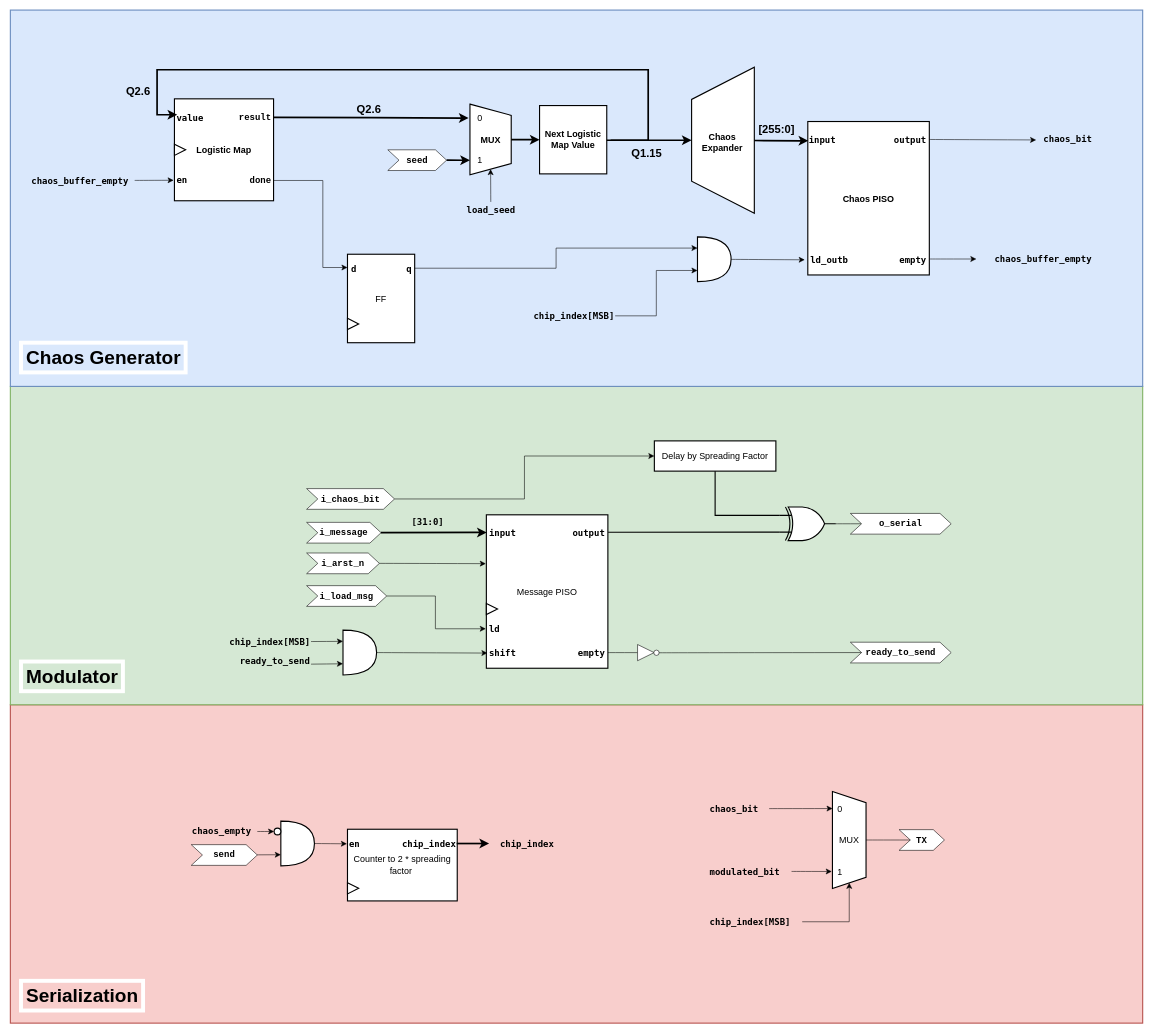
The draw.io diagram page "Modulator" (1 of 3) of diagrams/Top Level/modem_V2.drawio in OmarAmer01/DCSK, before the edit. Source tidied: cells renumbered, new cells numbered last; positions are measured from the earlier drawing's top-left corner, leaving out a move shared by most shapes. Both pictures are drawn from the tidied source at 56%, with x=0, y=0 at pixel (10, 10).
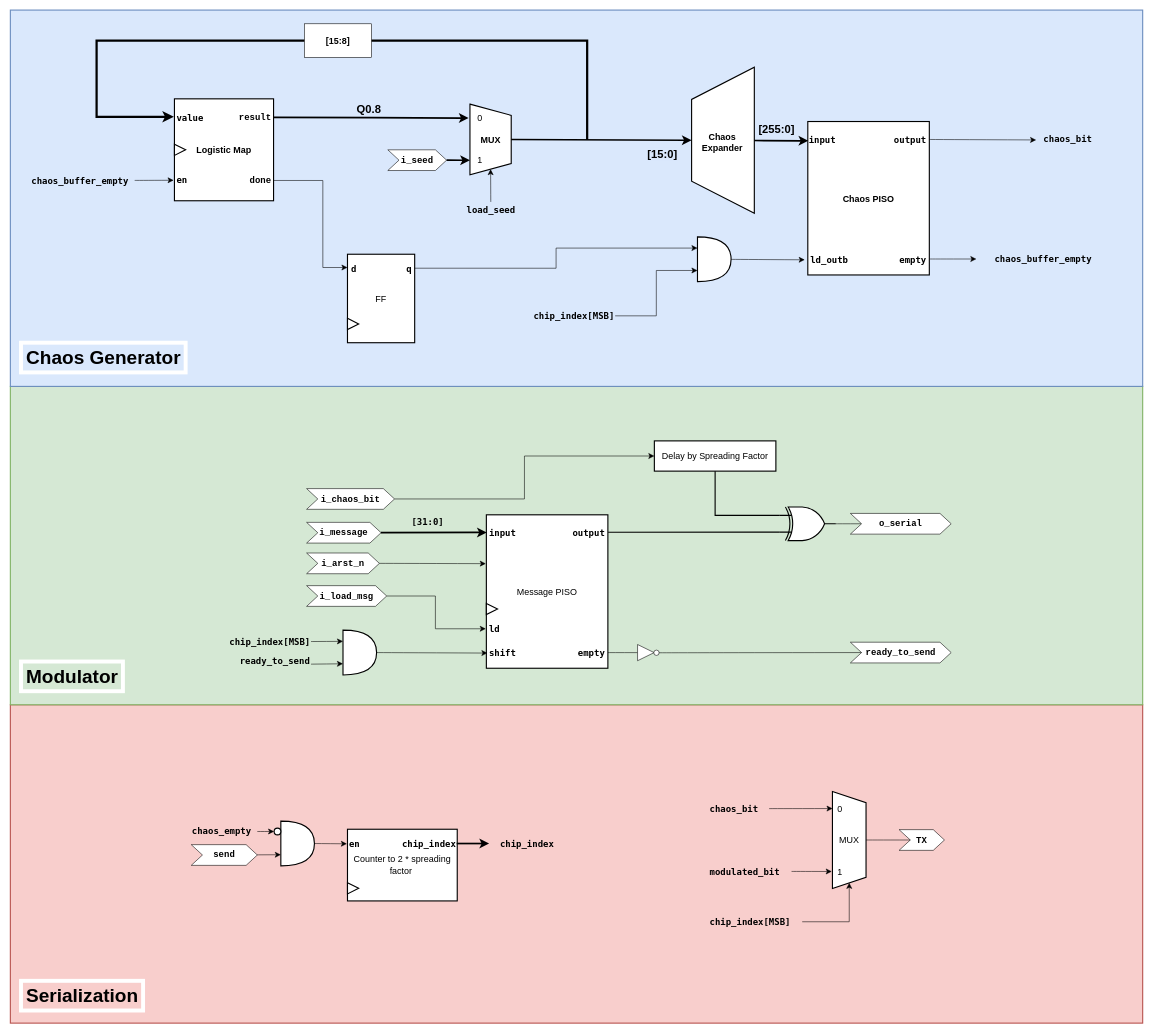
After the change.

The change refers to these unchanged cells:
```xml
<mxCell id="9" value="&lt;font face=&quot;Lucida Console&quot;&gt;&lt;b&gt;value&lt;/b&gt;&lt;/font&gt;" style="text;html=1;align=left;verticalAlign=middle;points=[];strokeColor=none;fillColor=none;fontSize=16;" parent="1" vertex="1">
  <mxGeometry x="295" y="176.5" width="68" height="32" as="geometry" />
</mxCell>
<mxCell id="16" value="MUX" style="shape=trapezoid;perimeter=trapezoidPerimeter;whiteSpace=wrap;html=1;fixedSize=1;rotation=90;align=center;verticalAlign=middle;horizontal=0;fontSize=16;strokeWidth=2;fontStyle=1;" parent="15" vertex="1">
  <mxGeometry x="-36.5" y="40.7" width="126.1" height="73.7" as="geometry" />
</mxCell>
<mxCell id="25" style="shape=trapezoid;perimeter=trapezoidPerimeter;whiteSpace=wrap;html=1;fixedSize=1;fontSize=16;size=57.5;strokeWidth=2;rotation=-90;textDirection=ltr;horizontal=0;" parent="1" vertex="1">
  <mxGeometry x="1142" y="177" width="261" height="112" as="geometry" />
</mxCell>
```

Diff of the diagram source:
```diff
@@
-    <mxCell id="7" style="edgeStyle=orthogonalEdgeStyle;rounded=0;orthogonalLoop=1;jettySize=auto;html=1;fontSize=12;startSize=8;endSize=8;exitX=-0.059;exitY=0.465;exitDx=0;exitDy=0;exitPerimeter=0;startArrow=classic;startFill=1;endArrow=none;endFill=0;strokeWidth=3;" parent="1" edge="1">
-      <mxGeometry relative="1" as="geometry">
-        <mxPoint x="298" y="187.4" as="sourcePoint" />
-        <mxPoint x="1072" y="233" as="targetPoint" />
-        <Array as="points">
-          <mxPoint x="262" y="187" />
-          <mxPoint x="262" y="107" />
-          <mxPoint x="1139" y="107" />
-          <mxPoint x="1139" y="233" />
-          <mxPoint x="1071" y="233" />
-        </Array>
-      </mxGeometry>
-    </mxCell>
-    <mxCell id="8" value="Q2.6" style="edgeLabel;html=1;align=center;verticalAlign=middle;fontSize=20;labelBackgroundColor=#dae8fc;fontStyle=1;" parent="7" vertex="1">
-      <mxGeometry x="-0.32" relative="1" as="geometry">
-        <mxPoint x="-321" y="37" as="offset" />
-      </mxGeometry>
-    </mxCell>
@@
-    <mxCell id="14" value="Next Logistic Map Value" style="rounded=0;whiteSpace=wrap;html=1;fontSize=16;strokeWidth=2;fontStyle=1;" parent="1" vertex="1">
-      <mxGeometry x="945" y="171" width="120" height="122" as="geometry" />
-    </mxCell>
@@
-    <mxCell id="20" value="&lt;b&gt;&lt;font face=&quot;Courier New&quot;&gt;seed&lt;/font&gt;&lt;/b&gt;" style="shape=step;perimeter=stepPerimeter;whiteSpace=wrap;html=1;fixedSize=1;fontSize=16;" parent="1" vertex="1">
+    <mxCell id="20" value="&lt;b&gt;&lt;font face=&quot;Courier New&quot;&gt;i_seed&lt;/font&gt;&lt;/b&gt;" style="shape=step;perimeter=stepPerimeter;whiteSpace=wrap;html=1;fixedSize=1;fontSize=16;" parent="1" vertex="1">
       <mxGeometry x="674" y="250" width="105" height="37" as="geometry" />
     </mxCell>
@@
-    <mxCell id="22" style="edgeStyle=none;curved=1;rounded=0;jettySize=auto;html=1;entryX=0;entryY=0.5;entryDx=0;entryDy=0;fontSize=12;startSize=8;endSize=8;strokeWidth=3;" parent="1" edge="1" source="16" target="14">
-      <mxGeometry relative="1" as="geometry" />
-    </mxCell>
@@
-    <mxCell id="24" style="edgeStyle=none;curved=1;rounded=0;jettySize=auto;html=1;fontSize=12;startSize=8;endSize=8;entryX=0.5;entryY=0;entryDx=0;entryDy=0;strokeWidth=3;" parent="1" edge="1" target="25">
-      <mxGeometry relative="1" as="geometry">
-        <mxPoint x="1065" y="233" as="sourcePoint" />
-      </mxGeometry>
-    </mxCell>
@@
-    <mxCell id="107" value="Q1.15" style="edgeLabel;html=1;align=center;verticalAlign=middle;fontSize=20;labelBackgroundColor=#dae8fc;fontStyle=1;" parent="1" vertex="1">
-      <mxGeometry x="1135" y="254" as="geometry" />
+    <mxCell id="107" value="[15:0]" style="edgeLabel;html=1;align=center;verticalAlign=middle;fontSize=20;labelBackgroundColor=#dae8fc;fontStyle=1;" parent="1" vertex="1">
+      <mxGeometry x="1159" y="247.5" as="geometry">
+        <mxPoint x="4" y="9" as="offset" />
+      </mxGeometry>
     </mxCell>
@@
-    <mxCell id="109" value="Q2.6" style="edgeLabel;html=1;align=center;verticalAlign=middle;fontSize=20;labelBackgroundColor=#dae8fc;fontStyle=1;" parent="1" vertex="1">
+    <mxCell id="109" value="Q0.8" style="edgeLabel;html=1;align=center;verticalAlign=middle;fontSize=20;labelBackgroundColor=#dae8fc;fontStyle=1;" parent="1" vertex="1">
       <mxGeometry x="639" y="175.5" as="geometry" />
     </mxCell>
@@
+    <mxCell id="117" style="edgeStyle=none;curved=1;rounded=0;jettySize=auto;html=1;exitX=0.5;exitY=0;exitDx=0;exitDy=0;entryX=0.5;entryY=0;entryDx=0;entryDy=0;fontSize=12;startSize=8;endSize=8;strokeWidth=3;" parent="1" edge="1" source="16" target="25">
+      <mxGeometry relative="1" as="geometry" />
+    </mxCell>
+    <mxCell id="118" style="edgeStyle=orthogonalEdgeStyle;rounded=0;jettySize=auto;html=1;entryX=-0.044;entryY=0.453;entryDx=0;entryDy=0;entryPerimeter=0;fontSize=12;startSize=8;endSize=8;strokeWidth=4;" parent="1" edge="1" target="9">
+      <mxGeometry relative="1" as="geometry">
+        <mxPoint x="1030" y="232" as="sourcePoint" />
+        <Array as="points">
+          <mxPoint x="1030" y="55" />
+          <mxPoint x="154" y="55" />
+          <mxPoint x="154" y="191" />
+        </Array>
+      </mxGeometry>
+    </mxCell>
+    <mxCell id="119" value="&lt;b&gt;[15:8]&lt;/b&gt;" style="rounded=0;whiteSpace=wrap;html=1;fontSize=16;" parent="1" vertex="1">
+      <mxGeometry x="525" y="25" width="120" height="60" as="geometry" />
+    </mxCell>
```
